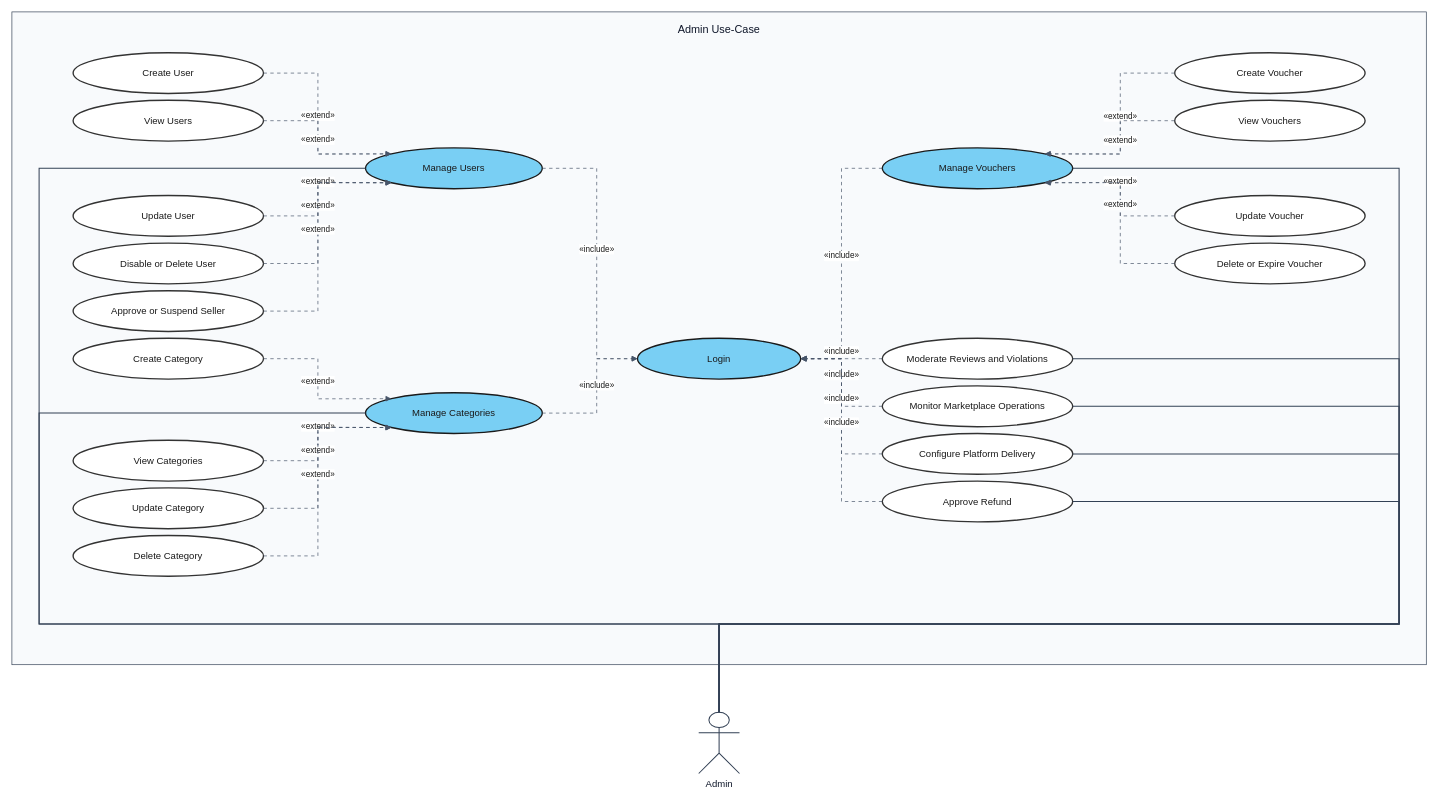
Above: usecase-diagram/admin-usecases.drawio in e-commercial-marketplace/commerce-platform-docs (draw.io), before the change. Source tidied: cells renumbered, new cells numbered last; positions are measured from the earlier drawing's top-left corner, leaving out a move shared by most shapes. Both pictures are drawn from the tidied source at 68%, with x=0, y=0 at pixel (12, 12).
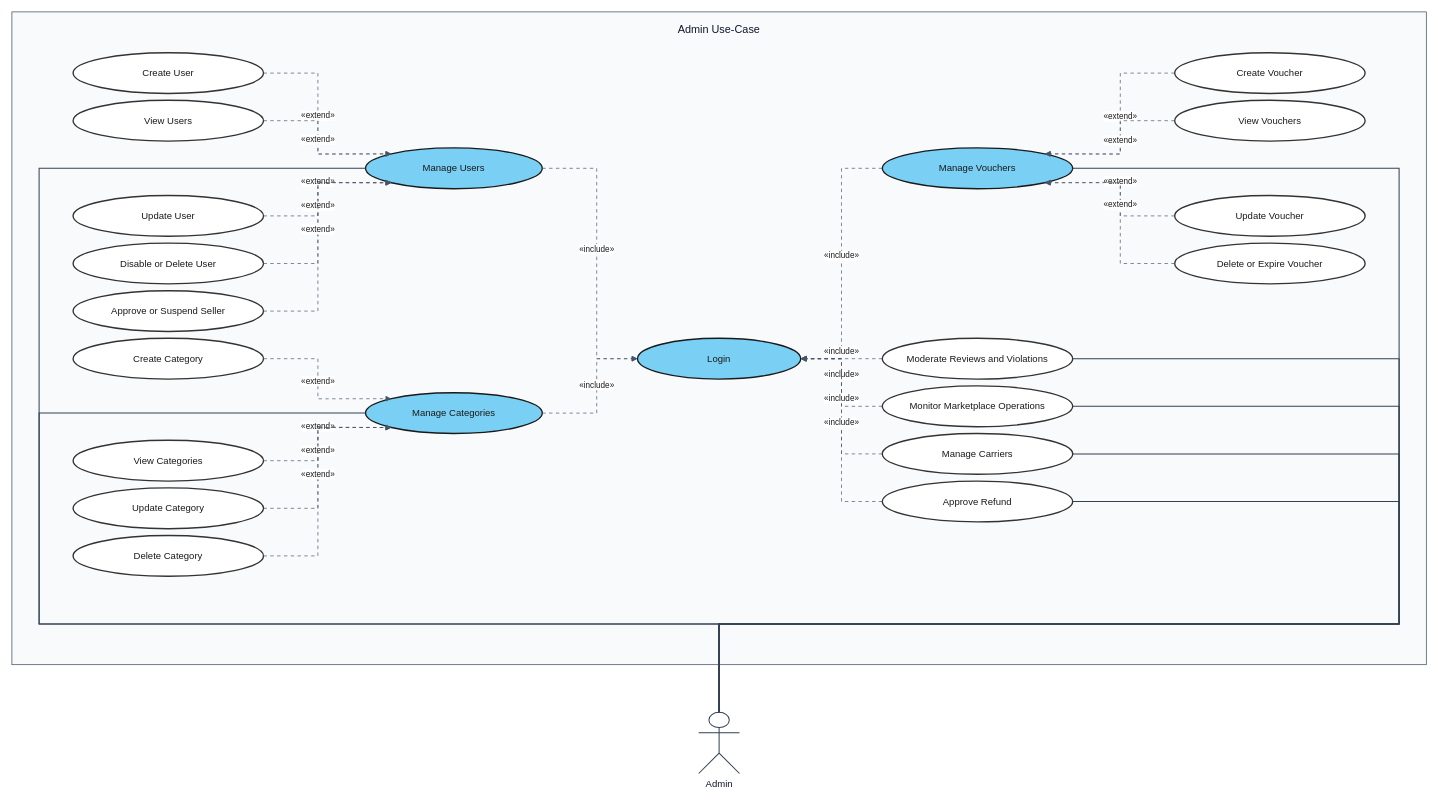
Above is the later version.

The edit, as a diff of the source:
```diff
@@
-    <mxCell id="22" value="Configure Platform Delivery" style="ellipse;whiteSpace=wrap;html=1;align=center;verticalAlign=middle;fillColor=#ffffff;strokeColor=#333333;strokeWidth=2;fontColor=#1A1A1A;fontSize=14;fontStyle=0;" parent="1" vertex="1">
+    <mxCell id="22" value="Manage Carriers" style="ellipse;whiteSpace=wrap;html=1;align=center;verticalAlign=middle;fillColor=#ffffff;strokeColor=#333333;strokeWidth=2;fontColor=#1A1A1A;fontSize=14;fontStyle=0;" parent="1" vertex="1">
       <mxGeometry x="1280" y="620" width="280" height="60" as="geometry" />
     </mxCell>
```
